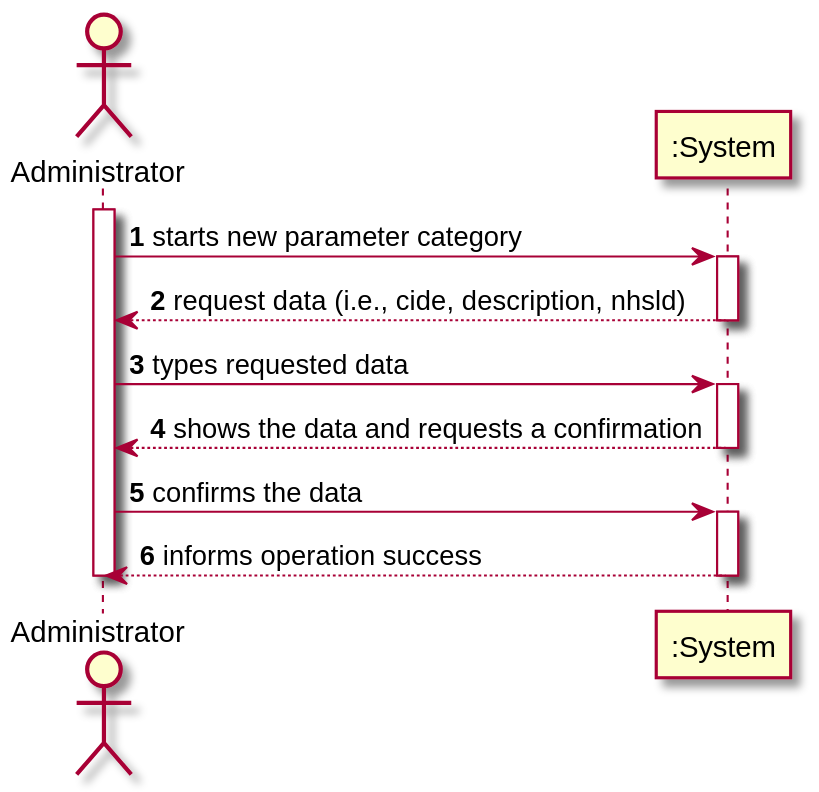
This is docs/SprintB/US11/US11-SSD.svg from manu-07-ela/LAPR2_ISEP, a PlantUML export, as it was before one commit.
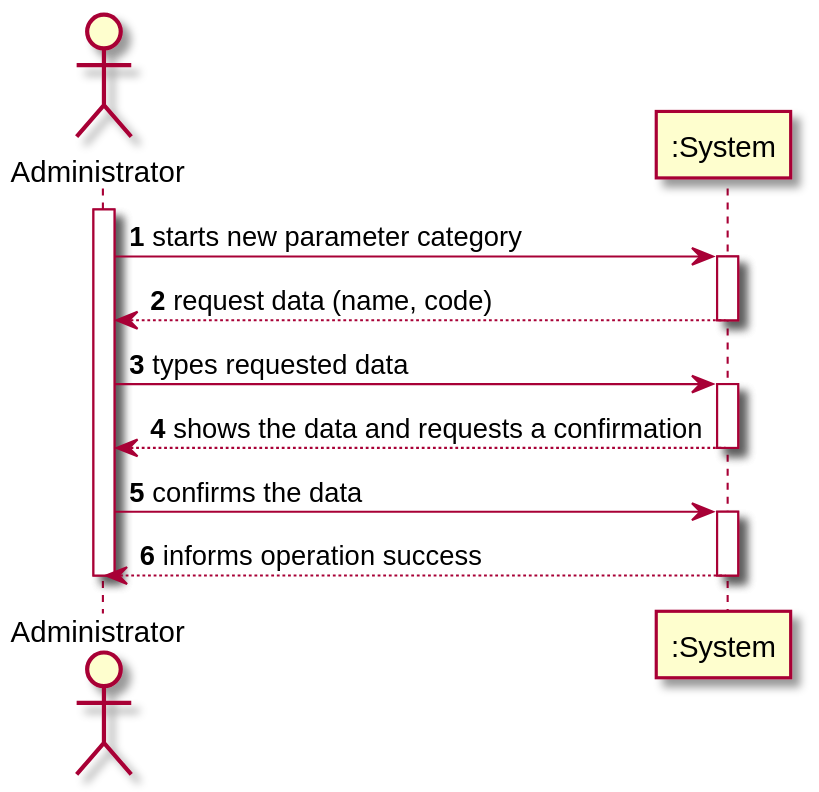
The same file after the commit.

Diff of the diagram source:
```diff
@@ -5,7 +5,7 @@
 activate Adm
 Adm -> ":System": starts new parameter category
 activate ":System"
-":System" --> Adm : request data (i.e., cide, description, nhsld)
+":System" --> Adm : request data (name, code)
 deactivate ":System"
 Adm -> ":System": types requested data
 activate ":System"
```
